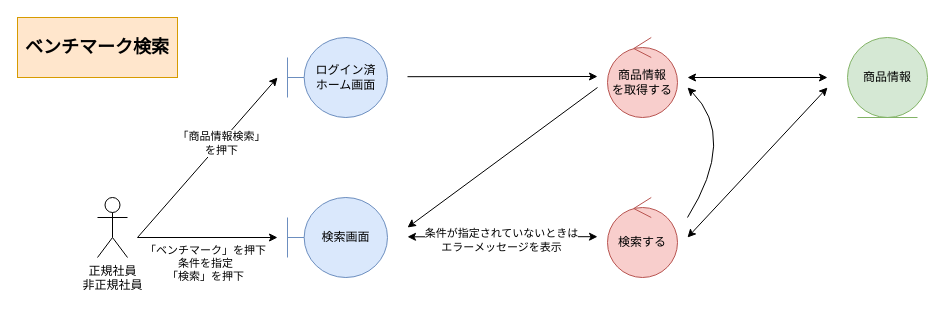
Above: page "*ベンチマーク検索" (3 of 3) of 各種設計書/3ロバストネス図/商品情報管理/F08検索.drawio in HaruShim/Sotuken (draw.io), before the change. Source tidied: cells renumbered, new cells numbered last; positions are measured from the earlier drawing's top-left corner, leaving out a move shared by most shapes. Both pictures are drawn from the tidied source at 100%, with x=0, y=0 at pixel (17, 17).
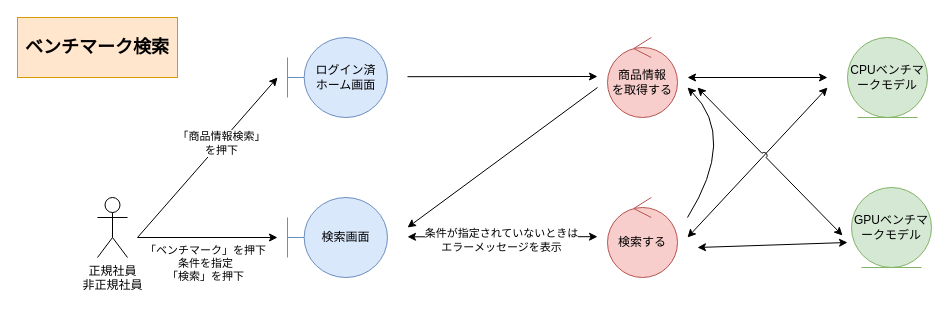
After the change.

The edit, as a diff of the source:
```diff
@@
-    <mxCell id="6" value="商品情報" style="ellipse;shape=umlEntity;whiteSpace=wrap;html=1;fillColor=#d5e8d4;strokeColor=#82b366;" parent="1" vertex="1">
+    <mxCell id="6" value="CPUベンチマークモデル" style="ellipse;shape=umlEntity;whiteSpace=wrap;html=1;fillColor=#d5e8d4;strokeColor=#82b366;" parent="1" vertex="1">
       <mxGeometry x="830" y="20" width="80" height="80" as="geometry" />
     </mxCell>
@@
-    <mxCell id="17" style="endArrow=classic;html=1;rounded=0;startArrow=classic;startFill=1;endFill=1;strokeColor=default;labelBackgroundColor=default;fontColor=default;" parent="1" edge="1">
+    <mxCell id="17" style="endArrow=classic;html=1;rounded=0;startArrow=classic;startFill=1;endFill=1;labelBackgroundColor=default;fontColor=default;" parent="1" edge="1">
       <mxGeometry relative="1" as="geometry">
         <mxPoint x="670" y="220" as="sourcePoint" />
         <mxPoint x="810" y="70" as="targetPoint" />
       </mxGeometry>
     </mxCell>
@@
-    <mxCell id="19" style="curved=1;endArrow=classic;html=1;rounded=0;labelBackgroundColor=default;fontColor=default;strokeColor=default;" parent="1" edge="1">
+    <mxCell id="19" style="curved=1;endArrow=classic;html=1;rounded=0;labelBackgroundColor=default;fontColor=default;" parent="1" edge="1">
       <mxGeometry relative="1" as="geometry">
         <mxPoint x="670" y="200" as="sourcePoint" />
         <mxPoint x="670" y="70" as="targetPoint" />
         <Array as="points">
           <mxPoint x="720" y="120" />
         </Array>
       </mxGeometry>
     </mxCell>
+    <mxCell id="20" value="GPUベンチマークモデル" style="ellipse;shape=umlEntity;whiteSpace=wrap;html=1;fillColor=#d5e8d4;strokeColor=#82b366;" parent="1" vertex="1">
+      <mxGeometry x="834" y="170" width="80" height="80" as="geometry" />
+    </mxCell>
+    <mxCell id="21" style="endArrow=classic;html=1;rounded=0;startArrow=classic;startFill=1;endFill=1;labelBackgroundColor=default;fontColor=default;" parent="1" edge="1">
+      <mxGeometry relative="1" as="geometry">
+        <mxPoint x="680" y="230" as="sourcePoint" />
+        <mxPoint x="830" y="225" as="targetPoint" />
+      </mxGeometry>
+    </mxCell>
+    <mxCell id="22" style="endArrow=classic;html=1;rounded=0;startArrow=classic;startFill=1;jumpStyle=arc;" parent="1" edge="1">
+      <mxGeometry relative="1" as="geometry">
+        <mxPoint x="680" y="70" as="sourcePoint" />
+        <mxPoint x="825" y="218" as="targetPoint" />
+      </mxGeometry>
+    </mxCell>
```
